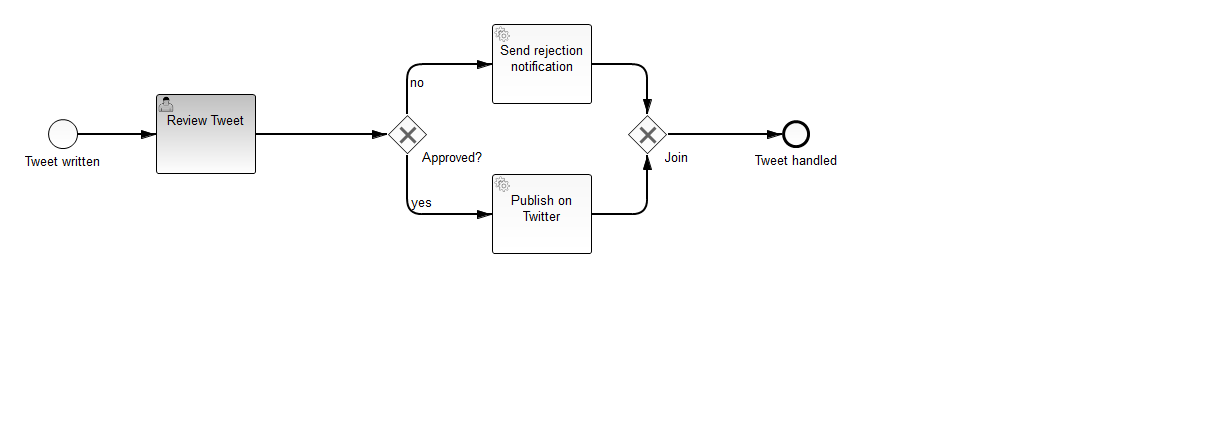
The BPMN diagram showcases/twitter/src/main/resources/TwitterDemoProcess.png in camunda-consulting/camunda-7-code-examples, before a commit. Its source is kept beside it as showcases/twitter/src/main/resources/TwitterDemoProcess.bpmn. Ids are renumbered.
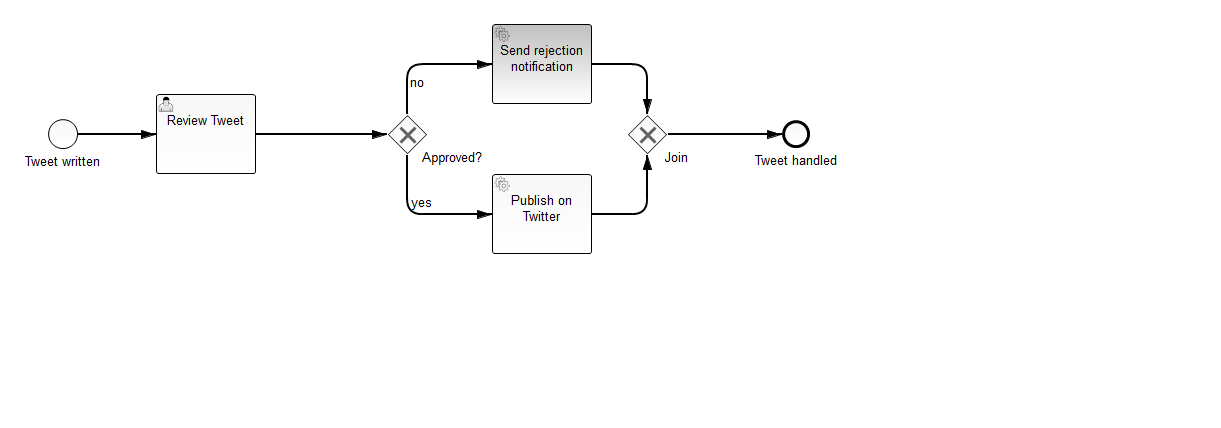
The same diagram one commit later.

The edit, as a diff of the source:
```diff
@@ -1,6 +1,6 @@
 <definitions xmlns:xsi="http://www.w3.org/2001/XMLSchema-instance" xmlns="http://www.omg.org/spec/BPMN/20100524/MODEL" xmlns:bpmndi="http://www.omg.org/spec/BPMN/20100524/DI" xmlns:camunda="http://activiti.org/bpmn" xmlns:omgdc="http://www.omg.org/spec/DD/20100524/DC" xmlns:omgdi="http://www.omg.org/spec/DD/20100524/DI" xsi:schemaLocation="http://www.omg.org/spec/BPMN/20100524/MODEL BPMN20.xsd" exporter="camunda modeler" exporterVersion="2.7.0" targetNamespace="http://www.signavio.com/bpmn20">
   <process id="TwitterDemoProcess" name="TwitterDemoProcess" isExecutable="true">
-    <serviceTask id="service_task_send_rejection_notification" camunda:class="org.camunda.bpm.example.twitter.RejectionNotificationDelegate" name="Send rejection notification">
+    <serviceTask id="service_task_send_rejection_notification" camunda:delegateExpression="#{emailAdapter}" name="Send rejection notification">
       <extensionElements>
         <camunda:properties>
           <camunda:property value="Tweet Rejected" name="KPI-Ratio"/>
@@ -42,7 +42,7 @@
       <outgoing>SequenceFlow_5</outgoing>
     </exclusiveGateway>
     <sequenceFlow id="SequenceFlow_5" name="" sourceRef="gateway_join" targetRef="end_event_tweet_handled"/>
-    <serviceTask id="service_task_publish_on_twitter" camunda:class="org.camunda.bpm.example.twitter.TweetContentDelegate" name="Publish on Twitter">
+    <serviceTask id="service_task_publish_on_twitter" camunda:delegateExpression="#{tweetAdapter}" name="Publish on Twitter">
       <extensionElements>
         <camunda:properties>
           <camunda:property value="Tweet Approved" name="KPI-Ratio"/>
```
